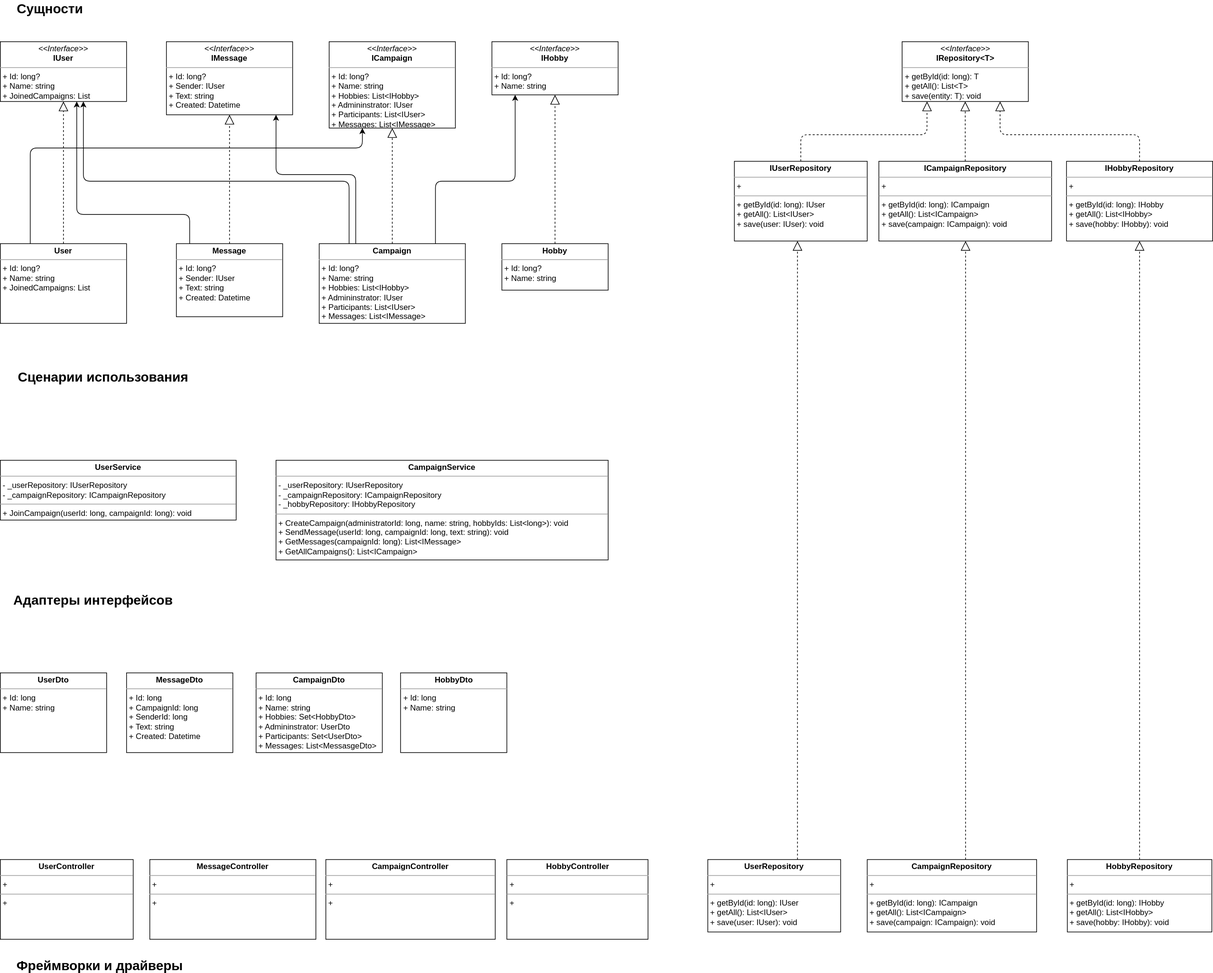
Above: Class_Diagram.svg in arngrey/EventApp (draw.io), before the change. Source tidied: cells renumbered, new cells last; positions are measured from the earlier drawing's top-left corner, leaving out a move shared by most shapes.
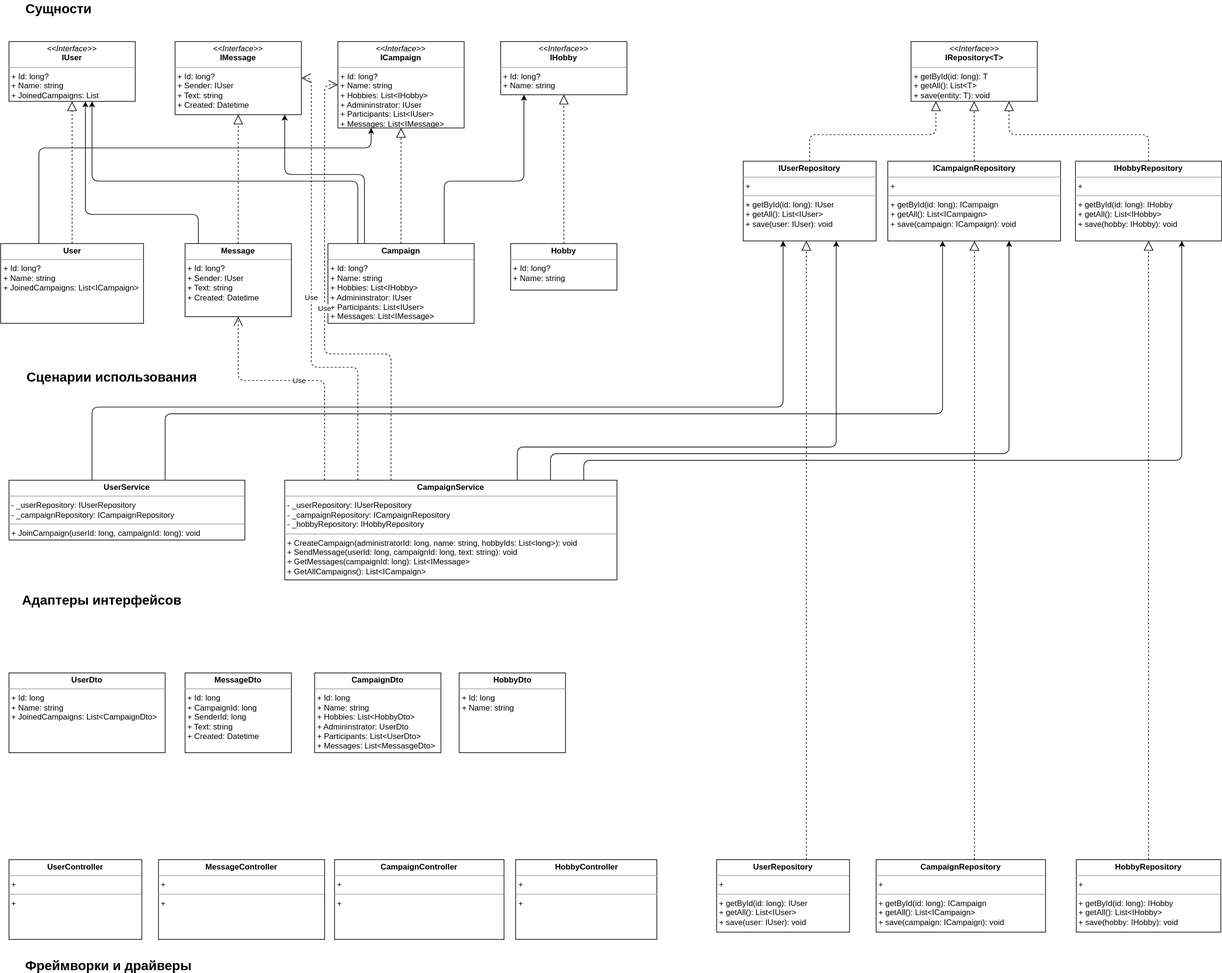
After the change.

Commit message:
Updated class diagram

Change to the diagram source:
```diff
@@ -2,8 +2,8 @@
   <root>
     <mxCell id="0" />
     <mxCell id="1" parent="0" />
-    <mxCell id="2" value="&lt;p style=&quot;margin: 0px ; margin-top: 4px ; text-align: center&quot;&gt;&lt;b&gt;User&lt;/b&gt;&lt;/p&gt;&lt;hr size=&quot;1&quot;&gt;&lt;p style=&quot;margin: 0px ; margin-left: 4px&quot;&gt;+ Id: long?&lt;/p&gt;&lt;p style=&quot;margin: 0px ; margin-left: 4px&quot;&gt;+ Name: string&lt;/p&gt;&lt;p style=&quot;margin: 0px ; margin-left: 4px&quot;&gt;+ JoinedCampaigns: List&lt;/p&gt;" style="verticalAlign=top;align=left;overflow=fill;fontSize=12;fontFamily=Helvetica;html=1;" parent="1" vertex="1">
-      <mxGeometry y="364" width="190" height="120" as="geometry" />
+    <mxCell id="2" value="&lt;p style=&quot;margin: 0px ; margin-top: 4px ; text-align: center&quot;&gt;&lt;b&gt;User&lt;/b&gt;&lt;/p&gt;&lt;hr size=&quot;1&quot;&gt;&lt;p style=&quot;margin: 0px ; margin-left: 4px&quot;&gt;+ Id: long?&lt;/p&gt;&lt;p style=&quot;margin: 0px ; margin-left: 4px&quot;&gt;+ Name: string&lt;/p&gt;&lt;p style=&quot;margin: 0px ; margin-left: 4px&quot;&gt;+ JoinedCampaigns: List&amp;lt;ICampaign&amp;gt;&lt;/p&gt;" style="verticalAlign=top;align=left;overflow=fill;fontSize=12;fontFamily=Helvetica;html=1;" parent="1" vertex="1">
+      <mxGeometry x="-12.5" y="364" width="215" height="120" as="geometry" />
     </mxCell>
     <mxCell id="3" value="&lt;p style=&quot;margin: 0px ; margin-top: 4px ; text-align: center&quot;&gt;&lt;b&gt;Hobby&lt;/b&gt;&lt;/p&gt;&lt;hr size=&quot;1&quot;&gt;&lt;p style=&quot;margin: 0px ; margin-left: 4px&quot;&gt;+ Id: long?&lt;br&gt;&lt;/p&gt;&lt;p style=&quot;margin: 0px ; margin-left: 4px&quot;&gt;+ Name: string&lt;br&gt;&lt;/p&gt;" style="verticalAlign=top;align=left;overflow=fill;fontSize=12;fontFamily=Helvetica;html=1;" parent="1" vertex="1">
       <mxGeometry x="755" y="364" width="160" height="70" as="geometry" />
@@ -106,14 +106,14 @@
     <mxCell id="24" value="Фреймворки и драйверы" style="text;html=1;strokeColor=none;fillColor=none;align=center;verticalAlign=middle;whiteSpace=wrap;rounded=0;fontStyle=1;fontSize=20;" parent="1" vertex="1">
       <mxGeometry x="15" y="1440" width="270" height="20" as="geometry" />
     </mxCell>
-    <mxCell id="25" value="&lt;p style=&quot;margin: 0px ; margin-top: 4px ; text-align: center&quot;&gt;&lt;b&gt;UserDto&lt;/b&gt;&lt;/p&gt;&lt;hr size=&quot;1&quot;&gt;&lt;p style=&quot;margin: 0px ; margin-left: 4px&quot;&gt;+ Id: long&lt;/p&gt;&lt;p style=&quot;margin: 0px ; margin-left: 4px&quot;&gt;+ Name: string&lt;/p&gt;" style="verticalAlign=top;align=left;overflow=fill;fontSize=12;fontFamily=Helvetica;html=1;" parent="1" vertex="1">
-      <mxGeometry y="1010" width="160" height="120" as="geometry" />
+    <mxCell id="25" value="&lt;p style=&quot;margin: 0px ; margin-top: 4px ; text-align: center&quot;&gt;&lt;b&gt;UserDto&lt;/b&gt;&lt;/p&gt;&lt;hr size=&quot;1&quot;&gt;&lt;p style=&quot;margin: 0px ; margin-left: 4px&quot;&gt;+ Id: long&lt;/p&gt;&lt;p style=&quot;margin: 0px ; margin-left: 4px&quot;&gt;+ Name: string&lt;/p&gt;&lt;p style=&quot;margin: 0px ; margin-left: 4px&quot;&gt;+ JoinedCampaigns: List&amp;lt;CampaignDto&amp;gt;&lt;br&gt;&lt;/p&gt;" style="verticalAlign=top;align=left;overflow=fill;fontSize=12;fontFamily=Helvetica;html=1;" parent="1" vertex="1">
+      <mxGeometry y="1010" width="235" height="120" as="geometry" />
     </mxCell>
-    <mxCell id="26" value="&lt;p style=&quot;margin: 0px ; margin-top: 4px ; text-align: center&quot;&gt;&lt;b&gt;CampaignDto&lt;/b&gt;&lt;/p&gt;&lt;hr size=&quot;1&quot;&gt;&lt;p style=&quot;margin: 0px ; margin-left: 4px&quot;&gt;+ Id: long&lt;br&gt;&lt;/p&gt;&lt;p style=&quot;margin: 0px ; margin-left: 4px&quot;&gt;+ Name: string&lt;/p&gt;&lt;p style=&quot;margin: 0px ; margin-left: 4px&quot;&gt;+ Hobbies: Set&amp;lt;HobbyDto&amp;gt;&lt;/p&gt;&lt;p style=&quot;margin: 0px ; margin-left: 4px&quot;&gt;+ Admininstrator: UserDto&lt;/p&gt;&lt;p style=&quot;margin: 0px ; margin-left: 4px&quot;&gt;+ Participants: Set&amp;lt;UserDto&amp;gt;&lt;/p&gt;&lt;p style=&quot;margin: 0px ; margin-left: 4px&quot;&gt;+ Messages: List&amp;lt;MessasgeDto&amp;gt;&lt;/p&gt;" style="verticalAlign=top;align=left;overflow=fill;fontSize=12;fontFamily=Helvetica;html=1;" parent="1" vertex="1">
-      <mxGeometry x="385" y="1010" width="190" height="120" as="geometry" />
+    <mxCell id="26" value="&lt;p style=&quot;margin: 0px ; margin-top: 4px ; text-align: center&quot;&gt;&lt;b&gt;CampaignDto&lt;/b&gt;&lt;/p&gt;&lt;hr size=&quot;1&quot;&gt;&lt;p style=&quot;margin: 0px ; margin-left: 4px&quot;&gt;+ Id: long&lt;br&gt;&lt;/p&gt;&lt;p style=&quot;margin: 0px ; margin-left: 4px&quot;&gt;+ Name: string&lt;/p&gt;&lt;p style=&quot;margin: 0px ; margin-left: 4px&quot;&gt;+ Hobbies: List&amp;lt;HobbyDto&amp;gt;&lt;/p&gt;&lt;p style=&quot;margin: 0px ; margin-left: 4px&quot;&gt;+ Admininstrator: UserDto&lt;/p&gt;&lt;p style=&quot;margin: 0px ; margin-left: 4px&quot;&gt;+ Participants: List&amp;lt;UserDto&amp;gt;&lt;/p&gt;&lt;p style=&quot;margin: 0px ; margin-left: 4px&quot;&gt;+ Messages: List&amp;lt;MessasgeDto&amp;gt;&lt;/p&gt;" style="verticalAlign=top;align=left;overflow=fill;fontSize=12;fontFamily=Helvetica;html=1;" parent="1" vertex="1">
+      <mxGeometry x="460" y="1010" width="190" height="120" as="geometry" />
     </mxCell>
     <mxCell id="27" value="&lt;p style=&quot;margin: 0px ; margin-top: 4px ; text-align: center&quot;&gt;&lt;b&gt;HobbyDto&lt;/b&gt;&lt;/p&gt;&lt;hr size=&quot;1&quot;&gt;&lt;p style=&quot;margin: 0px ; margin-left: 4px&quot;&gt;+ Id: long&lt;br&gt;&lt;/p&gt;&lt;p style=&quot;margin: 0px ; margin-left: 4px&quot;&gt;+ Name: string&lt;br&gt;&lt;/p&gt;" style="verticalAlign=top;align=left;overflow=fill;fontSize=12;fontFamily=Helvetica;html=1;" parent="1" vertex="1">
-      <mxGeometry x="602.5" y="1010" width="160" height="120" as="geometry" />
+      <mxGeometry x="677.5" y="1010" width="160" height="120" as="geometry" />
     </mxCell>
     <mxCell id="28" style="endArrow=classic;html=1;edgeStyle=orthogonalEdgeStyle;" parent="1" edge="1" source="2" target="44">
       <mxGeometry relative="1" as="geometry">
@@ -124,10 +124,10 @@
       </mxGeometry>
     </mxCell>
     <mxCell id="29" value="&lt;p style=&quot;margin: 0px ; margin-top: 4px ; text-align: center&quot;&gt;&lt;b&gt;UserService&lt;/b&gt;&lt;/p&gt;&lt;hr size=&quot;1&quot;&gt;&lt;p style=&quot;margin: 0px 0px 0px 4px&quot;&gt;- _userRepository: IUserRepository&lt;/p&gt;&lt;p style=&quot;margin: 0px 0px 0px 4px&quot;&gt;- _campaignRepository: ICampaignRepository&lt;/p&gt;&lt;hr size=&quot;1&quot;&gt;&lt;p style=&quot;margin: 0px ; margin-left: 4px&quot;&gt;&lt;span&gt;+ JoinCampaign(userId: long, campaignId: long): void&lt;/span&gt;&lt;br&gt;&lt;/p&gt;&lt;p style=&quot;margin: 0px ; margin-left: 4px&quot;&gt;&lt;br&gt;&lt;/p&gt;" style="verticalAlign=top;align=left;overflow=fill;fontSize=12;fontFamily=Helvetica;html=1;" parent="1" vertex="1">
-      <mxGeometry y="690" width="355" height="90" as="geometry" />
+      <mxGeometry y="720" width="355" height="90" as="geometry" />
     </mxCell>
     <mxCell id="30" value="&lt;p style=&quot;margin: 0px ; margin-top: 4px ; text-align: center&quot;&gt;&lt;b&gt;CampaignService&lt;/b&gt;&lt;/p&gt;&lt;hr size=&quot;1&quot;&gt;&lt;p style=&quot;margin: 0px 0px 0px 4px&quot;&gt;- _userRepository: IUserRepository&lt;/p&gt;&lt;p style=&quot;margin: 0px 0px 0px 4px&quot;&gt;- _campaignRepository: ICampaignRepository&lt;/p&gt;&lt;p style=&quot;margin: 0px 0px 0px 4px&quot;&gt;- _hobbyRepository: IHobbyRepository&lt;/p&gt;&lt;hr size=&quot;1&quot;&gt;&lt;p style=&quot;margin: 0px ; margin-left: 4px&quot;&gt;+ CreateCampaign(administratorId: long, name: string, hobbyIds: List&amp;lt;long&amp;gt;): void&lt;/p&gt;&lt;p style=&quot;margin: 0px ; margin-left: 4px&quot;&gt;+ SendMessage(userId: long, campaignId: long, text: string): void&lt;br&gt;&lt;/p&gt;&lt;p style=&quot;margin: 0px ; margin-left: 4px&quot;&gt;+ GetMessages(campaignId: long): List&amp;lt;IMessage&amp;gt;&lt;/p&gt;&lt;p style=&quot;margin: 0px ; margin-left: 4px&quot;&gt;+ GetAllCampaigns(): List&amp;lt;ICampaign&amp;gt;&lt;/p&gt;" style="verticalAlign=top;align=left;overflow=fill;fontSize=12;fontFamily=Helvetica;html=1;" parent="1" vertex="1">
-      <mxGeometry x="415" y="690" width="500" height="150" as="geometry" />
+      <mxGeometry x="415" y="720" width="500" height="150" as="geometry" />
     </mxCell>
     <mxCell id="31" value="&lt;p style=&quot;margin: 0px ; margin-top: 4px ; text-align: center&quot;&gt;&lt;b&gt;IUserRepository&lt;/b&gt;&lt;/p&gt;&lt;hr size=&quot;1&quot;&gt;&lt;p style=&quot;margin: 0px ; margin-left: 4px&quot;&gt;+&lt;/p&gt;&lt;hr size=&quot;1&quot;&gt;&lt;p style=&quot;margin: 0px 0px 0px 4px&quot;&gt;+ getById(id: long): IUser&lt;/p&gt;&lt;p style=&quot;margin: 0px 0px 0px 4px&quot;&gt;+ getAll(): List&amp;lt;IUser&amp;gt;&lt;/p&gt;&lt;p style=&quot;margin: 0px 0px 0px 4px&quot;&gt;+ save(user: IUser): void&lt;/p&gt;" style="verticalAlign=top;align=left;overflow=fill;fontSize=12;fontFamily=Helvetica;html=1;" parent="1" vertex="1">
       <mxGeometry x="1105" y="240" width="200" height="120" as="geometry" />
@@ -147,7 +147,7 @@
       </mxGeometry>
     </mxCell>
     <mxCell id="35" value="&lt;p style=&quot;margin: 0px ; margin-top: 4px ; text-align: center&quot;&gt;&lt;b&gt;MessageDto&lt;/b&gt;&lt;/p&gt;&lt;hr size=&quot;1&quot;&gt;&lt;p style=&quot;margin: 0px ; margin-left: 4px&quot;&gt;+ Id: long&lt;br&gt;&lt;/p&gt;&lt;p style=&quot;margin: 0px ; margin-left: 4px&quot;&gt;+ CampaignId: long&lt;/p&gt;&lt;p style=&quot;margin: 0px ; margin-left: 4px&quot;&gt;+ SenderId: long&lt;/p&gt;&lt;p style=&quot;margin: 0px ; margin-left: 4px&quot;&gt;+ Text: string&lt;/p&gt;&lt;p style=&quot;margin: 0px ; margin-left: 4px&quot;&gt;+ Created: Datetime&lt;/p&gt;" style="verticalAlign=top;align=left;overflow=fill;fontSize=12;fontFamily=Helvetica;html=1;" parent="1" vertex="1">
-      <mxGeometry x="190" y="1010" width="160" height="120" as="geometry" />
+      <mxGeometry x="265" y="1010" width="160" height="120" as="geometry" />
     </mxCell>
     <mxCell id="36" style="endArrow=block;dashed=1;endFill=0;endSize=12;html=1;edgeStyle=orthogonalEdgeStyle;" parent="1" edge="1" source="32" target="14">
       <mxGeometry relative="1" as="geometry">
@@ -189,5 +189,71 @@
     <mxCell id="45" value="&lt;p style=&quot;margin: 0px ; margin-top: 4px ; text-align: center&quot;&gt;&lt;i&gt;&amp;lt;&amp;lt;Interface&amp;gt;&amp;gt;&lt;/i&gt;&lt;br&gt;&lt;b&gt;IHobby&lt;/b&gt;&lt;/p&gt;&lt;hr size=&quot;1&quot;&gt;&lt;p style=&quot;margin: 0px 0px 0px 4px&quot;&gt;+ Id: long?&lt;br&gt;&lt;/p&gt;&lt;p style=&quot;margin: 0px 0px 0px 4px&quot;&gt;+ Name: string&lt;/p&gt;&lt;p style=&quot;margin: 0px ; margin-left: 4px&quot;&gt;&lt;br&gt;&lt;/p&gt;" style="verticalAlign=top;align=left;overflow=fill;fontSize=12;fontFamily=Helvetica;html=1;" parent="1" vertex="1">
       <mxGeometry x="740" y="60" width="190" height="80" as="geometry" />
     </mxCell>
+    <mxCell id="46" style="endArrow=classic;html=1;edgeStyle=orthogonalEdgeStyle;" parent="1" edge="1" source="29" target="31">
+      <mxGeometry relative="1" as="geometry">
+        <Array as="points">
+          <mxPoint x="125" y="610" />
+          <mxPoint x="1165" y="610" />
+        </Array>
+      </mxGeometry>
+    </mxCell>
+    <mxCell id="47" style="endArrow=classic;html=1;edgeStyle=orthogonalEdgeStyle;" parent="1" edge="1" source="29" target="32">
+      <mxGeometry relative="1" as="geometry">
+        <Array as="points">
+          <mxPoint x="235" y="620" />
+          <mxPoint x="1405" y="620" />
+        </Array>
+      </mxGeometry>
+    </mxCell>
+    <mxCell id="48" style="endArrow=classic;html=1;edgeStyle=orthogonalEdgeStyle;" parent="1" edge="1" source="30" target="31">
+      <mxGeometry relative="1" as="geometry">
+        <Array as="points">
+          <mxPoint x="765" y="670" />
+          <mxPoint x="1245" y="670" />
+        </Array>
+      </mxGeometry>
+    </mxCell>
+    <mxCell id="49" style="endArrow=classic;html=1;edgeStyle=orthogonalEdgeStyle;" parent="1" edge="1" source="30" target="32">
+      <mxGeometry relative="1" as="geometry">
+        <Array as="points">
+          <mxPoint x="815" y="680" />
+          <mxPoint x="1505" y="680" />
+        </Array>
+      </mxGeometry>
+    </mxCell>
+    <mxCell id="50" style="endArrow=classic;html=1;edgeStyle=orthogonalEdgeStyle;" parent="1" edge="1" source="30" target="33">
+      <mxGeometry relative="1" as="geometry">
+        <Array as="points">
+          <mxPoint x="865" y="690" />
+          <mxPoint x="1765" y="690" />
+        </Array>
+      </mxGeometry>
+    </mxCell>
+    <mxCell id="51" value="Use" style="endArrow=open;endSize=12;dashed=1;html=1;edgeStyle=orthogonalEdgeStyle;" parent="1" edge="1" source="30" target="5">
+      <mxGeometry relative="1" as="geometry">
+        <Array as="points">
+          <mxPoint x="475" y="570" />
+          <mxPoint x="345" y="570" />
+        </Array>
+      </mxGeometry>
+    </mxCell>
+    <mxCell id="52" value="Use" style="endArrow=open;endSize=12;dashed=1;html=1;edgeStyle=orthogonalEdgeStyle;" parent="1" edge="1" source="30" target="43">
+      <mxGeometry relative="1" as="geometry">
+        <Array as="points">
+          <mxPoint x="525" y="550" />
+          <mxPoint x="455" y="550" />
+          <mxPoint x="455" y="115" />
+        </Array>
+      </mxGeometry>
+    </mxCell>
+    <mxCell id="53" value="Use" style="endArrow=open;endSize=12;dashed=1;html=1;edgeStyle=orthogonalEdgeStyle;" parent="1" edge="1" source="30" target="44">
+      <mxGeometry relative="1" as="geometry">
+        <Array as="points">
+          <mxPoint x="575" y="530" />
+          <mxPoint x="475" y="530" />
+          <mxPoint x="475" y="125" />
+        </Array>
+      </mxGeometry>
+    </mxCell>
   </root>
 </mxGraphModel>
```
